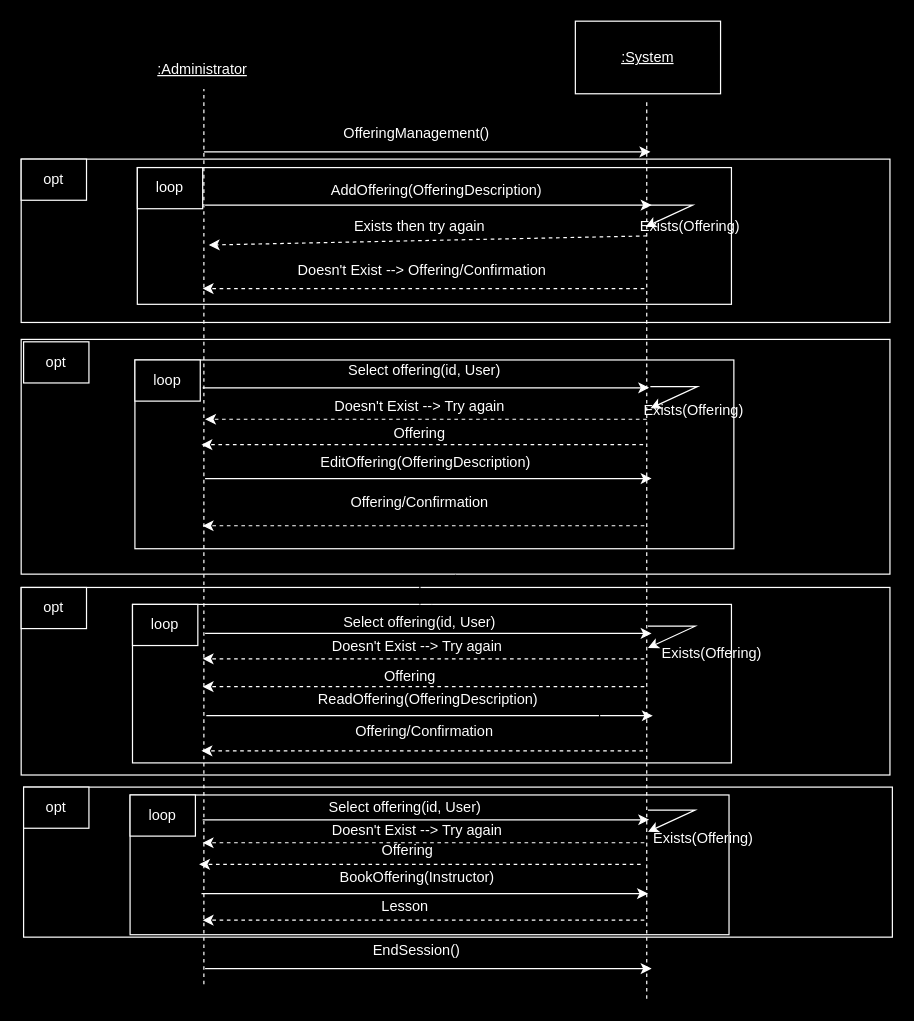
Before: Use Case 1/ssd_ProccessOfferings.drawio in matdavid7272/342project, a draw.io diagram. Source tidied: cells renumbered, new cells numbered last; positions are measured from the earlier drawing's top-left corner, leaving out a move shared by most shapes. Both pictures are drawn from the tidied source at 121%, with x=0, y=0 at pixel (21, 21).
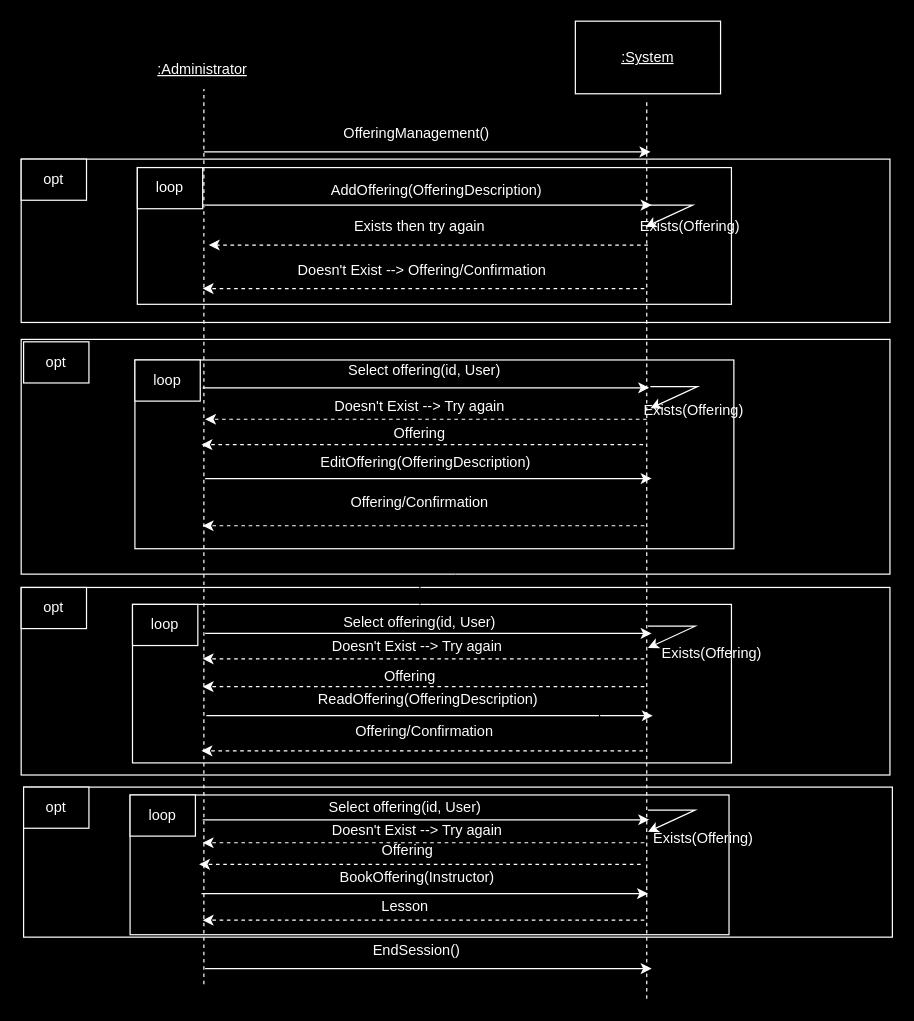
The same diagram, later.

Unchanged cells that the change refers to:
```xml
<mxCell id="58" value="&lt;font color=&quot;#ffffff&quot;&gt;Exists(Offering)&lt;/font&gt;" style="text;html=1;align=center;verticalAlign=middle;whiteSpace=wrap;rounded=0;" parent="1" vertex="1">
  <mxGeometry x="509" y="152.5" width="88" height="35" as="geometry" />
</mxCell>
```

Change to the diagram source:
```diff
@@
-    <mxCell id="59" style="endArrow=classic;html=1;rounded=0;strokeColor=#FFFFFF;dashed=1;exitX=0.091;exitY=0.714;exitDx=0;exitDy=0;exitPerimeter=0;" parent="1" edge="1" source="58">
+    <mxCell id="59" style="endArrow=classic;html=1;rounded=0;strokeColor=#FFFFFF;dashed=1;exitX=0.102;exitY=0.929;exitDx=0;exitDy=0;exitPerimeter=0;" parent="1" edge="1" source="58">
       <mxGeometry relative="1" as="geometry">
         <mxPoint x="155" y="185" as="targetPoint" />
       </mxGeometry>
     </mxCell>
```
